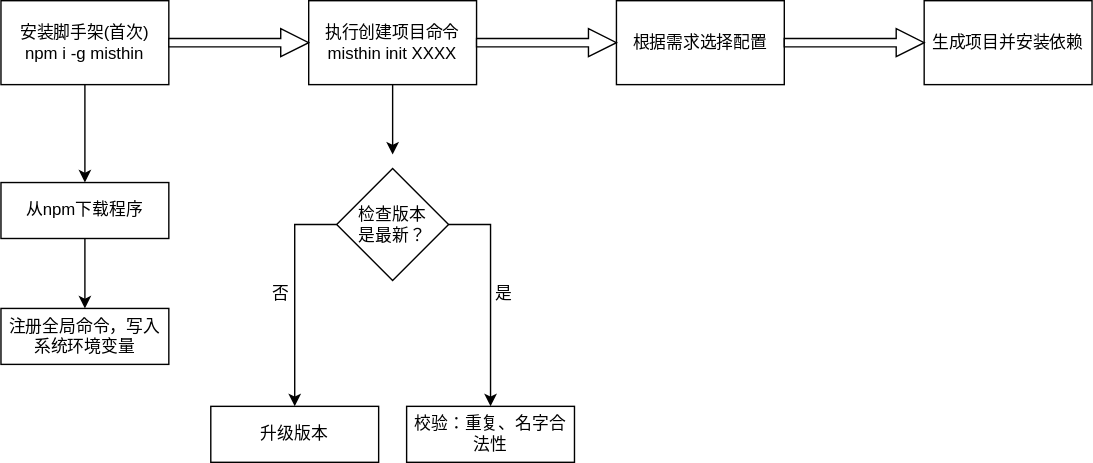
BWrong/misthin-cli keeps this draw.io diagram as docs/flow.drawio.svg. Above is the earlier version. Source tidied: cells renumbered, new cells last; positions are measured from the earlier drawing's top-left corner, leaving out a move shared by most shapes.
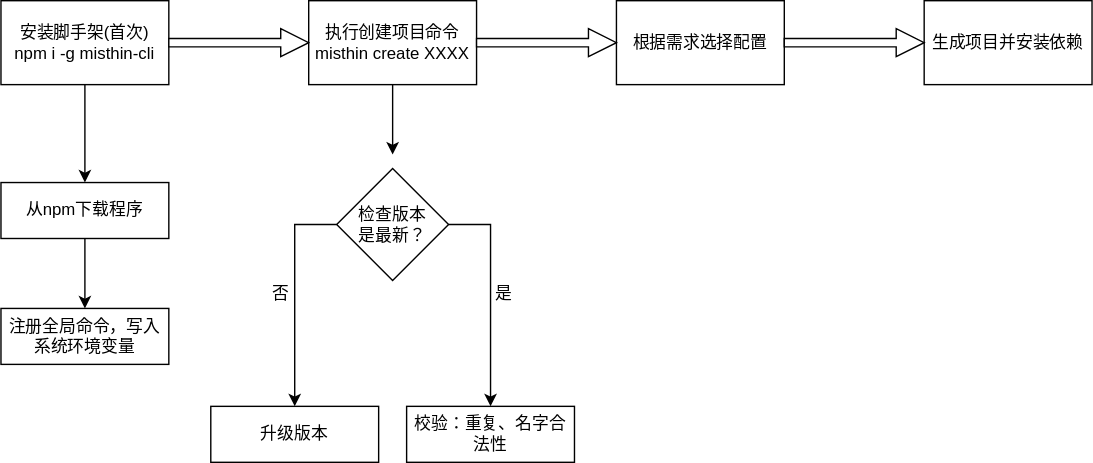
Later version of the same file.

Diff of the diagram source:
```diff
@@ -5,7 +5,7 @@
     <mxCell id="2" style="edgeStyle=orthogonalEdgeStyle;rounded=0;jettySize=auto;html=1;entryX=0.5;entryY=0;entryDx=0;entryDy=0;" parent="1" edge="1" source="3" target="12">
       <mxGeometry relative="1" as="geometry" />
     </mxCell>
-    <mxCell id="3" value="安装脚手架(首次)&lt;br&gt;npm i -g misthin" style="rounded=0;whiteSpace=wrap;html=1;" parent="1" vertex="1">
+    <mxCell id="3" value="安装脚手架(首次)&lt;br&gt;npm i -g misthin-cli" style="rounded=0;whiteSpace=wrap;html=1;" parent="1" vertex="1">
       <mxGeometry width="120" height="60" as="geometry" />
     </mxCell>
     <mxCell id="4" style="edgeStyle=orthogonalEdgeStyle;rounded=0;jettySize=auto;html=1;" parent="1" edge="1" source="5">
@@ -13,7 +13,7 @@
         <mxPoint x="280" y="110" as="targetPoint" />
       </mxGeometry>
     </mxCell>
-    <mxCell id="5" value="执行创建项目命令&lt;br&gt;misthin init XXXX" style="rounded=0;whiteSpace=wrap;html=1;" parent="1" vertex="1">
+    <mxCell id="5" value="执行创建项目命令&lt;br&gt;misthin create XXXX" style="rounded=0;whiteSpace=wrap;html=1;" parent="1" vertex="1">
       <mxGeometry x="220" width="120" height="60" as="geometry" />
     </mxCell>
     <mxCell id="6" value="根据需求选择配置" style="rounded=0;whiteSpace=wrap;html=1;" parent="1" vertex="1">
```
